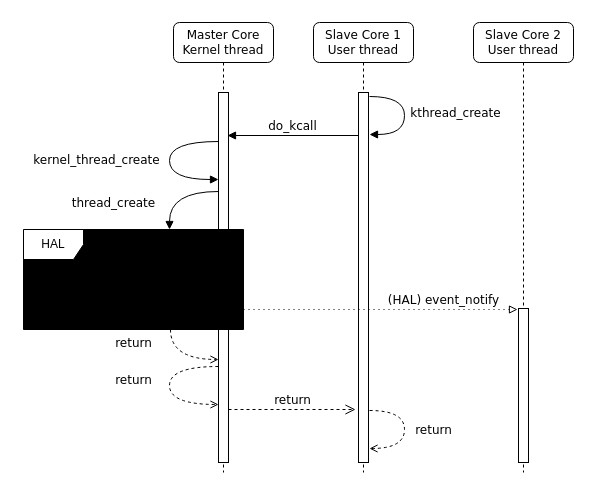
joaovicentesouto/tcc keeps this draw.io diagram as dissertation/imgs/others/nanvix-microkernel-execution.drawio. Above is the earlier version. Source tidied: cells renumbered, new cells numbered last; positions are measured from the earlier drawing's top-left corner, leaving out a move shared by most shapes. Both pictures are drawn from the tidied source at 100%, with x=0, y=0 at pixel (17, 17).
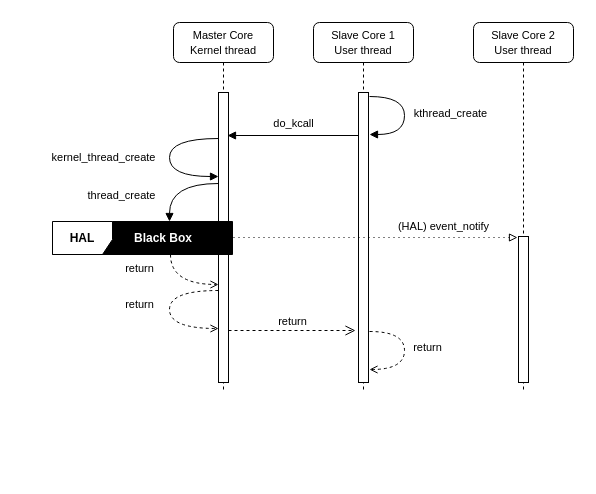
Above is the later version.

What changed in the source:
```diff
@@
-    <mxCell id="2" style="group;" parent="1" vertex="1">
-      <mxGeometry x="6" y="5" width="550" height="450" as="geometry" />
-    </mxCell>
-    <mxCell id="3" style="group;" parent="2" vertex="1">
-      <mxGeometry width="550" height="450" as="geometry" />
-    </mxCell>
+    <mxCell id="22" style="group;" parent="1" vertex="1">
+      <mxGeometry x="27" y="1" width="535" height="375" as="geometry" />
+    </mxCell>
-    <mxCell id="4" style="rounded=0;whiteSpace=wrap;html=1;strokeColor=none;fillColor=none;" parent="3" vertex="1">
-      <mxGeometry x="-6" y="-5" width="561" height="460" as="geometry" />
+    <mxCell id="4" style="rounded=0;whiteSpace=wrap;html=1;strokeColor=none;fillColor=none;" parent="22" vertex="1">
+      <mxGeometry width="535" height="375" as="geometry" />
     </mxCell>
-    <mxCell id="5" value="Master Core&lt;br&gt;Kernel thread" style="shape=umlLifeline;perimeter=lifelinePerimeter;whiteSpace=wrap;html=1;rounded=1;shadow=0;comic=0;labelBackgroundColor=none;strokeColor=#000000;strokeWidth=1;fillColor=#FFFFFF;fontFamily=Verdana;fontSize=12;fontColor=#000000;align=center;" parent="3" vertex="1">
-      <mxGeometry x="150" width="100" height="450" as="geometry" />
+    <mxCell id="5" value="&lt;font style=&quot;font-size: 11px&quot;&gt;Master Core&lt;br&gt;Kernel thread&lt;/font&gt;" style="shape=umlLifeline;perimeter=lifelinePerimeter;whiteSpace=wrap;html=1;rounded=1;shadow=0;comic=0;labelBackgroundColor=none;strokeColor=#000000;strokeWidth=1;fillColor=#FFFFFF;fontFamily=Arial;fontSize=12;fontColor=#000000;align=center;" parent="22" vertex="1">
+      <mxGeometry x="129" y="4" width="100" height="370" as="geometry" />
     </mxCell>
     <mxCell id="6" style="html=1;perimeter=orthogonalPerimeter;rounded=0;shadow=0;comic=0;labelBackgroundColor=none;strokeColor=#000000;strokeWidth=1;fillColor=#FFFFFF;fontFamily=Verdana;fontSize=12;fontColor=#000000;align=center;" parent="5" vertex="1">
-      <mxGeometry x="45" y="70" width="10" height="370" as="geometry" />
+      <mxGeometry x="45" y="70" width="10" height="290" as="geometry" />
     </mxCell>
-    <mxCell id="7" style="rounded=0;whiteSpace=wrap;html=1;fillColor=#000000;strokeColor=none;" parent="3" vertex="1">
-      <mxGeometry y="207" width="220" height="100" as="geometry" />
-    </mxCell>
-    <mxCell id="8" value="Slave Core 1&lt;br&gt;User thread" style="shape=umlLifeline;perimeter=lifelinePerimeter;whiteSpace=wrap;html=1;rounded=1;shadow=0;comic=0;labelBackgroundColor=none;strokeColor=#000000;strokeWidth=1;fillColor=#FFFFFF;fontFamily=Verdana;fontSize=12;fontColor=#000000;align=center;" parent="3" vertex="1">
-      <mxGeometry x="290" width="100" height="450" as="geometry" />
+    <mxCell id="8" value="&lt;font face=&quot;Arial&quot; style=&quot;font-size: 11px&quot;&gt;Slave Core 1&lt;br&gt;User thread&lt;/font&gt;" style="shape=umlLifeline;perimeter=lifelinePerimeter;whiteSpace=wrap;html=1;rounded=1;shadow=0;comic=0;labelBackgroundColor=none;strokeColor=#000000;strokeWidth=1;fillColor=#FFFFFF;fontFamily=Verdana;fontSize=12;fontColor=#000000;align=center;" parent="22" vertex="1">
+      <mxGeometry x="269" y="4" width="100" height="370" as="geometry" />
     </mxCell>
     <mxCell id="9" style="html=1;perimeter=orthogonalPerimeter;rounded=0;shadow=0;comic=0;labelBackgroundColor=none;strokeColor=#000000;strokeWidth=1;fillColor=#FFFFFF;fontFamily=Verdana;fontSize=12;fontColor=#000000;align=center;" parent="8" vertex="1">
-      <mxGeometry x="45" y="70" width="10" height="370" as="geometry" />
+      <mxGeometry x="45" y="70" width="10" height="290" as="geometry" />
     </mxCell>
-    <mxCell id="10" value="Slave Core 2&lt;br&gt;User thread" style="shape=umlLifeline;perimeter=lifelinePerimeter;whiteSpace=wrap;html=1;rounded=1;shadow=0;comic=0;labelBackgroundColor=none;strokeColor=#000000;strokeWidth=1;fillColor=#FFFFFF;fontFamily=Verdana;fontSize=12;fontColor=#000000;align=center;" parent="3" vertex="1">
-      <mxGeometry x="450" width="100" height="450" as="geometry" />
+    <mxCell id="10" value="&lt;font face=&quot;Arial&quot; style=&quot;font-size: 11px&quot;&gt;Slave Core 2&lt;br&gt;User thread&lt;/font&gt;" style="shape=umlLifeline;perimeter=lifelinePerimeter;whiteSpace=wrap;html=1;rounded=1;shadow=0;comic=0;labelBackgroundColor=none;strokeColor=#000000;strokeWidth=1;fillColor=#FFFFFF;fontFamily=Verdana;fontSize=12;fontColor=#000000;align=center;" parent="22" vertex="1">
+      <mxGeometry x="429" y="4" width="100" height="370" as="geometry" />
     </mxCell>
     <mxCell id="11" style="html=1;perimeter=orthogonalPerimeter;rounded=0;shadow=0;comic=0;labelBackgroundColor=none;strokeColor=#000000;strokeWidth=1;fillColor=#FFFFFF;fontFamily=Verdana;fontSize=12;fontColor=#000000;align=center;" parent="10" vertex="1">
-      <mxGeometry x="45" y="286" width="10" height="154" as="geometry" />
+      <mxGeometry x="45" y="214" width="10" height="146" as="geometry" />
     </mxCell>
-    <mxCell id="12" value="return" style="html=1;verticalAlign=bottom;endArrow=open;dashed=1;endSize=8;labelBackgroundColor=none;fontFamily=Verdana;fontSize=12;edgeStyle=elbowEdgeStyle;elbow=vertical;entryX=-0.3;entryY=0.957;entryDx=0;entryDy=0;entryPerimeter=0;" parent="3" edge="1">
+    <mxCell id="12" value="&lt;font face=&quot;Arial&quot; style=&quot;font-size: 11px&quot;&gt;return&lt;/font&gt;" style="html=1;verticalAlign=bottom;endArrow=open;dashed=1;endSize=8;labelBackgroundColor=none;fontFamily=Verdana;fontSize=12;edgeStyle=elbowEdgeStyle;elbow=vertical;entryX=-0.3;entryY=0.957;entryDx=0;entryDy=0;entryPerimeter=0;" parent="22" edge="1">
       <mxGeometry relative="1" as="geometry">
-        <mxPoint x="205" y="387" as="sourcePoint" />
-        <mxPoint x="332" y="387" as="targetPoint" />
+        <mxPoint x="184" y="312" as="sourcePoint" />
+        <mxPoint x="311" y="312" as="targetPoint" />
         <Array as="points">
-          <mxPoint x="205" y="387" />
-          <mxPoint x="225" y="387" />
+          <mxPoint x="184" y="312" />
+          <mxPoint x="204" y="312" />
         </Array>
       </mxGeometry>
     </mxCell>
-    <mxCell id="13" value="(HAL) event_notify" style="html=1;verticalAlign=bottom;endArrow=block;entryX=-0.1;entryY=0.35;labelBackgroundColor=none;fontFamily=Verdana;fontSize=12;entryDx=0;entryDy=0;entryPerimeter=0;dashed=1;dashPattern=1 4;endFill=0;" parent="3" edge="1">
-      <mxGeometry x="0.49" relative="1" as="geometry">
-        <mxPoint x="205" y="287" as="sourcePoint" />
-        <mxPoint x="494" y="287" as="targetPoint" />
+    <mxCell id="13" value="&lt;font face=&quot;Arial&quot; style=&quot;font-size: 11px&quot;&gt;(HAL) event_notify&lt;/font&gt;" style="html=1;verticalAlign=bottom;endArrow=block;entryX=-0.1;entryY=0.35;labelBackgroundColor=none;fontFamily=Verdana;fontSize=12;entryDx=0;entryDy=0;entryPerimeter=0;dashed=1;dashPattern=1 4;endFill=0;" parent="22" edge="1">
+      <mxGeometry x="0.49" y="2" relative="1" as="geometry">
+        <mxPoint x="184" y="219" as="sourcePoint" />
+        <mxPoint x="473" y="219" as="targetPoint" />
       </mxGeometry>
     </mxCell>
-    <mxCell id="14" value="do_kcall" style="html=1;verticalAlign=bottom;endArrow=block;entryX=0.935;entryY=0.048;labelBackgroundColor=none;fontFamily=Verdana;fontSize=12;edgeStyle=elbowEdgeStyle;elbow=vertical;entryDx=0;entryDy=0;entryPerimeter=0;" parent="3" edge="1">
-      <mxGeometry relative="1" as="geometry">
-        <mxPoint x="335" y="113" as="sourcePoint" />
-        <mxPoint x="204" y="113" as="targetPoint" />
+    <mxCell id="14" value="&lt;font face=&quot;Arial&quot; style=&quot;font-size: 11px&quot;&gt;do_kcall&lt;/font&gt;" style="html=1;verticalAlign=bottom;endArrow=block;entryX=0.935;entryY=0.048;labelBackgroundColor=none;fontFamily=Verdana;fontSize=12;edgeStyle=elbowEdgeStyle;elbow=vertical;entryDx=0;entryDy=0;entryPerimeter=0;" parent="22" edge="1">
+      <mxGeometry x="-0.01" y="-3" relative="1" as="geometry">
+        <mxPoint x="314" y="117" as="sourcePoint" />
+        <mxPoint x="183" y="117" as="targetPoint" />
       </mxGeometry>
     </mxCell>
-    <mxCell id="15" value="kernel_thread_create" style="html=1;verticalAlign=bottom;endArrow=block;labelBackgroundColor=none;fontFamily=Verdana;fontSize=12;elbow=vertical;edgeStyle=orthogonalEdgeStyle;curved=1;" parent="3" edge="1">
-      <mxGeometry x="0.31" y="76" relative="1" as="geometry">
-        <mxPoint x="195" y="119" as="sourcePoint" />
-        <mxPoint x="195" y="157" as="targetPoint" />
+    <mxCell id="15" value="&lt;font face=&quot;Arial&quot; style=&quot;font-size: 11px&quot;&gt;kernel_thread_create&lt;/font&gt;" style="html=1;verticalAlign=bottom;endArrow=block;labelBackgroundColor=none;fontFamily=Verdana;fontSize=12;elbow=vertical;edgeStyle=orthogonalEdgeStyle;curved=1;" parent="22" edge="1">
+      <mxGeometry x="0.28" y="67" relative="1" as="geometry">
+        <mxPoint x="174" y="120" as="sourcePoint" />
+        <mxPoint x="174" y="158" as="targetPoint" />
         <Array as="points">
-          <mxPoint x="146" y="119" />
-          <mxPoint x="146" y="157" />
+          <mxPoint x="125" y="120" />
+          <mxPoint x="125" y="158" />
         </Array>
-        <mxPoint x="-75" y="66" as="offset" />
+        <mxPoint x="-66" y="57" as="offset" />
       </mxGeometry>
     </mxCell>
-    <mxCell id="16" value="thread_create" style="html=1;verticalAlign=bottom;endArrow=block;labelBackgroundColor=none;fontFamily=Verdana;fontSize=12;elbow=vertical;edgeStyle=orthogonalEdgeStyle;curved=1;" parent="3" edge="1" target="17">
-      <mxGeometry x="0.61" y="-56" relative="1" as="geometry">
-        <mxPoint x="195" y="169" as="sourcePoint" />
+    <mxCell id="16" value="&lt;font face=&quot;Arial&quot; style=&quot;font-size: 11px&quot;&gt;thread_create&lt;/font&gt;" style="html=1;verticalAlign=bottom;endArrow=block;labelBackgroundColor=none;fontFamily=Verdana;fontSize=12;elbow=vertical;edgeStyle=orthogonalEdgeStyle;curved=1;" parent="22" edge="1" target="17">
+      <mxGeometry x="0.61" y="-48" relative="1" as="geometry">
+        <mxPoint x="174" y="165" as="sourcePoint" />
         <Array as="points">
-          <mxPoint x="146" y="169" />
+          <mxPoint x="125" y="165" />
         </Array>
       </mxGeometry>
     </mxCell>
-    <mxCell id="17" value="HAL" style="shape=umlFrame;whiteSpace=wrap;html=1;strokeColor=#000000;" parent="3" vertex="1">
-      <mxGeometry y="207" width="220" height="100" as="geometry" />
-    </mxCell>
-    <mxCell id="18" value="return" style="html=1;verticalAlign=bottom;endArrow=open;labelBackgroundColor=none;fontFamily=Verdana;fontSize=12;elbow=vertical;edgeStyle=orthogonalEdgeStyle;curved=1;dashed=1;endFill=0;" parent="3" edge="1" source="17">
-      <mxGeometry x="-0.41" y="-37" relative="1" as="geometry">
-        <mxPoint x="195" y="337" as="targetPoint" />
+    <mxCell id="18" value="&lt;font face=&quot;Arial&quot; style=&quot;font-size: 11px&quot;&gt;return&lt;/font&gt;" style="html=1;verticalAlign=bottom;endArrow=open;labelBackgroundColor=none;fontFamily=Verdana;fontSize=12;elbow=vertical;edgeStyle=orthogonalEdgeStyle;curved=1;dashed=1;endFill=0;" parent="22" edge="1" source="17">
+      <mxGeometry x="-0.41" y="-31" relative="1" as="geometry">
+        <mxPoint x="174" y="266" as="targetPoint" />
         <Array as="points">
-          <mxPoint x="147" y="337" />
+          <mxPoint x="126" y="266" />
+          <mxPoint x="174" y="266" />
         </Array>
       </mxGeometry>
     </mxCell>
-    <mxCell id="19" value="return" style="html=1;verticalAlign=bottom;endArrow=open;labelBackgroundColor=none;fontFamily=Verdana;fontSize=12;elbow=vertical;edgeStyle=orthogonalEdgeStyle;curved=1;dashed=1;endFill=0;" parent="3" edge="1">
-      <mxGeometry x="0.28" y="39" relative="1" as="geometry">
-        <mxPoint x="195" y="344" as="sourcePoint" />
-        <mxPoint x="195" y="382" as="targetPoint" />
+    <mxCell id="19" value="&lt;font face=&quot;Arial&quot; style=&quot;font-size: 11px&quot;&gt;return&lt;/font&gt;" style="html=1;verticalAlign=bottom;endArrow=open;labelBackgroundColor=none;fontFamily=Verdana;fontSize=12;elbow=vertical;edgeStyle=orthogonalEdgeStyle;curved=1;dashed=1;endFill=0;" parent="22" edge="1">
+      <mxGeometry x="0.28" y="34" relative="1" as="geometry">
+        <mxPoint x="174" y="272" as="sourcePoint" />
+        <mxPoint x="174" y="310" as="targetPoint" />
         <Array as="points">
-          <mxPoint x="146" y="344" />
-          <mxPoint x="146" y="382" />
+          <mxPoint x="125" y="272" />
+          <mxPoint x="125" y="310" />
         </Array>
-        <mxPoint x="-36" y="24" as="offset" />
+        <mxPoint x="-30" y="19" as="offset" />
       </mxGeometry>
     </mxCell>
-    <mxCell id="20" value="kthread_create" style="html=1;verticalAlign=bottom;endArrow=block;labelBackgroundColor=none;fontFamily=Verdana;fontSize=12;elbow=vertical;edgeStyle=orthogonalEdgeStyle;curved=1;" parent="3" edge="1">
-      <mxGeometry x="0.35" y="-52" relative="1" as="geometry">
-        <mxPoint x="346" y="74" as="sourcePoint" />
-        <mxPoint x="346" y="112" as="targetPoint" />
+    <mxCell id="20" value="&lt;font face=&quot;Arial&quot; style=&quot;font-size: 11px&quot;&gt;kthread_create&lt;/font&gt;" style="html=1;verticalAlign=bottom;endArrow=block;labelBackgroundColor=none;fontFamily=Verdana;fontSize=12;elbow=vertical;edgeStyle=orthogonalEdgeStyle;curved=1;" parent="22" edge="1">
+      <mxGeometry x="0.35" y="-48" relative="1" as="geometry">
+        <mxPoint x="325" y="78" as="sourcePoint" />
+        <mxPoint x="325" y="116" as="targetPoint" />
         <Array as="points">
-          <mxPoint x="381" y="74" />
-          <mxPoint x="381" y="112" />
+          <mxPoint x="360" y="78" />
+          <mxPoint x="360" y="116" />
         </Array>
-        <mxPoint x="51" y="40" as="offset" />
+        <mxPoint x="46" y="36" as="offset" />
       </mxGeometry>
     </mxCell>
-    <mxCell id="21" value="return" style="html=1;verticalAlign=bottom;endArrow=open;labelBackgroundColor=none;fontFamily=Verdana;fontSize=12;elbow=vertical;edgeStyle=orthogonalEdgeStyle;curved=1;dashed=1;endFill=0;" parent="3" edge="1">
-      <mxGeometry x="0.35" y="-30" relative="1" as="geometry">
-        <mxPoint x="346" y="388" as="sourcePoint" />
-        <mxPoint x="346" y="426" as="targetPoint" />
+    <mxCell id="21" value="&lt;font face=&quot;Arial&quot; style=&quot;font-size: 11px&quot;&gt;return&lt;/font&gt;" style="html=1;verticalAlign=bottom;endArrow=open;labelBackgroundColor=none;fontFamily=Verdana;fontSize=12;elbow=vertical;edgeStyle=orthogonalEdgeStyle;curved=1;dashed=1;endFill=0;" parent="22" edge="1">
+      <mxGeometry x="0.35" y="-26" relative="1" as="geometry">
+        <mxPoint x="325" y="313" as="sourcePoint" />
+        <mxPoint x="325" y="351" as="targetPoint" />
         <Array as="points">
-          <mxPoint x="381" y="388" />
-          <mxPoint x="381" y="426" />
+          <mxPoint x="360" y="313" />
+          <mxPoint x="360" y="351" />
         </Array>
-        <mxPoint x="29" y="21" as="offset" />
+        <mxPoint x="23" y="13" as="offset" />
       </mxGeometry>
     </mxCell>
+    <mxCell id="23" style="rounded=0;whiteSpace=wrap;html=1;fillColor=#000000;strokeColor=none;" parent="22" vertex="1">
+      <mxGeometry x="8" y="203" width="180" height="33" as="geometry" />
+    </mxCell>
+    <mxCell id="17" value="&lt;font face=&quot;Arial&quot; style=&quot;font-size: 12px&quot;&gt;HAL&lt;/font&gt;" style="shape=umlFrame;whiteSpace=wrap;html=1;strokeColor=#000000;width=60;height=33;fontStyle=1;" parent="22" vertex="1">
+      <mxGeometry x="8" y="203" width="180" height="33" as="geometry" />
+    </mxCell>
+    <mxCell id="24" value="&lt;font color=&quot;#ffffff&quot; face=&quot;Arial&quot;&gt;Black Box&lt;/font&gt;" style="text;html=1;strokeColor=none;fillColor=none;align=center;verticalAlign=middle;whiteSpace=wrap;rounded=0;fontStyle=1;" parent="22" vertex="1">
+      <mxGeometry x="79" y="209.5" width="80" height="20" as="geometry" />
+    </mxCell>
```
